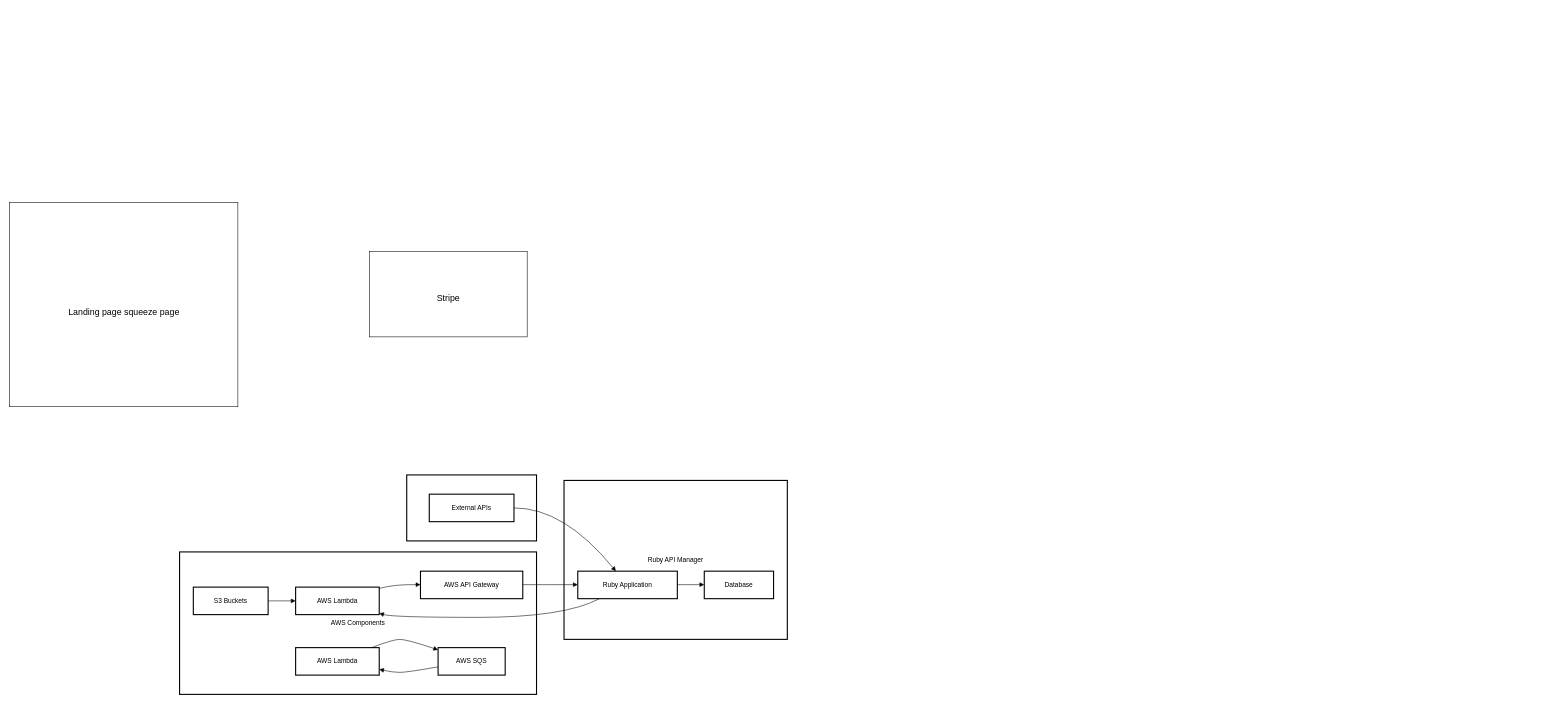
This is Spacebyn-ms.drawio from rockeredy/rockeredy, a draw.io file, before an edit. Source tidied: cells renumbered, new cells numbered last; positions are measured from the earlier drawing's top-left corner, leaving out a move shared by most shapes. Both pictures are drawn from the tidied source at 55%, with x=0, y=0 at pixel (9, 202).
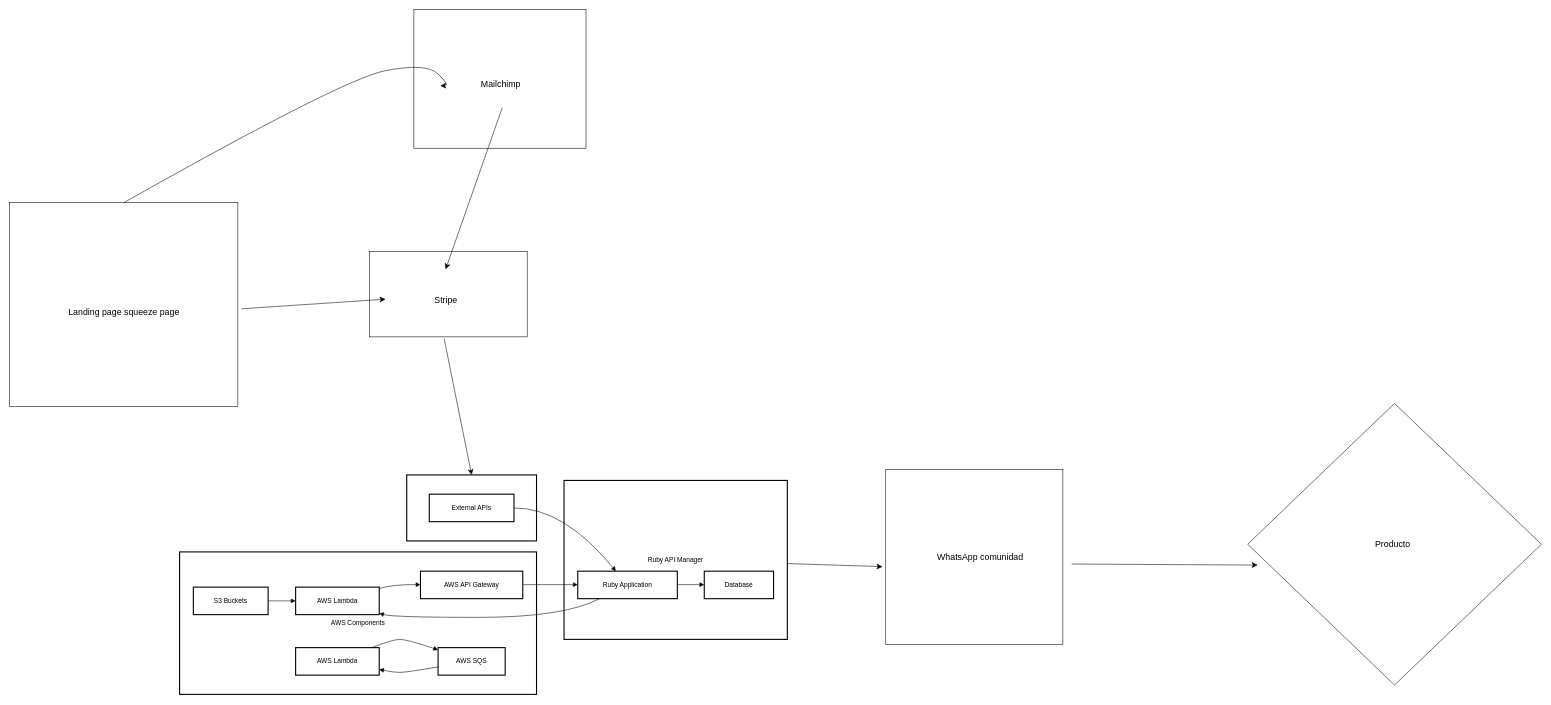
After the change.

Unchanged cells that the change refers to:
```xml
<mxCell id="2" value="External System" style="whiteSpace=wrap;strokeWidth=2;" parent="1" vertex="1">
  <mxGeometry x="722" y="495" width="236" height="120" as="geometry" />
</mxCell>
<mxCell id="3" value="Ruby API Manager" style="whiteSpace=wrap;strokeWidth=2;" parent="1" vertex="1">
  <mxGeometry x="1008" y="505" width="406" height="289" as="geometry" />
</mxCell>
<mxCell id="21" style="rounded=0;whiteSpace=wrap;html=1;" parent="1" vertex="1">
  <mxGeometry width="415" height="371" as="geometry" />
</mxCell>
```

Change to the diagram source:
```diff
@@
     <mxCell id="24" value="Stripe" style="text;strokeColor=none;fillColor=none;html=1;align=center;verticalAlign=middle;whiteSpace=wrap;rounded=0;fontSize=16;" parent="1" vertex="1">
-      <mxGeometry x="683.5" y="121" width="228" height="106.5" as="geometry" />
+      <mxGeometry x="683.5" y="121" width="218.5" height="109" as="geometry" />
     </mxCell>
+    <mxCell id="25" style="rounded=0;whiteSpace=wrap;html=1;" parent="1" vertex="1">
+      <mxGeometry x="735" y="-351" width="313" height="252" as="geometry" />
+    </mxCell>
+    <mxCell id="26" style="rounded=0;whiteSpace=wrap;html=1;" parent="1" vertex="1">
+      <mxGeometry x="1593" y="485" width="322" height="318" as="geometry" />
+    </mxCell>
+    <mxCell id="27" value="WhatsApp comunidad" style="text;strokeColor=none;fillColor=none;html=1;align=center;verticalAlign=middle;whiteSpace=wrap;rounded=0;fontSize=16;" parent="1" vertex="1">
+      <mxGeometry x="1669" y="625" width="192" height="38" as="geometry" />
+    </mxCell>
+    <mxCell id="28" value="Mailchimp&amp;nbsp;" style="text;strokeColor=none;fillColor=none;html=1;align=center;verticalAlign=middle;whiteSpace=wrap;rounded=0;fontSize=16;" parent="1" vertex="1">
+      <mxGeometry x="783" y="-259" width="225" height="87" as="geometry" />
+    </mxCell>
+    <mxCell id="29" style="edgeStyle=none;jettySize=auto;html=1;rounded=0;fontSize=12;startSize=8;endSize=8;curved=1;entryX=0;entryY=0.5;entryDx=0;entryDy=0;" parent="1" edge="1" target="24">
+      <mxGeometry relative="1" as="geometry">
+        <mxPoint x="421" y="193" as="sourcePoint" />
+      </mxGeometry>
+    </mxCell>
+    <mxCell id="30" style="edgeStyle=none;jettySize=auto;html=1;rounded=0;fontSize=12;startSize=8;endSize=8;curved=1;exitX=0.5;exitY=0;exitDx=0;exitDy=0;" parent="1" edge="1" source="21" target="28">
+      <mxGeometry relative="1" as="geometry">
+        <Array as="points">
+          <mxPoint x="605" y="-224" />
+          <mxPoint x="757" y="-255" />
+          <mxPoint x="801" y="-213" />
+        </Array>
+      </mxGeometry>
+    </mxCell>
+    <mxCell id="31" style="edgeStyle=none;jettySize=auto;html=1;rounded=0;fontSize=12;startSize=8;endSize=8;curved=1;exitX=0.5;exitY=1;exitDx=0;exitDy=0;entryX=0.5;entryY=0;entryDx=0;entryDy=0;" parent="1" edge="1" source="28" target="24">
+      <mxGeometry relative="1" as="geometry" />
+    </mxCell>
+    <mxCell id="32" style="edgeStyle=none;jettySize=auto;html=1;rounded=0;fontSize=12;startSize=8;endSize=8;curved=1;" parent="1" edge="1" source="3">
+      <mxGeometry relative="1" as="geometry">
+        <mxPoint x="1587" y="661.8" as="targetPoint" />
+      </mxGeometry>
+    </mxCell>
+    <mxCell id="33" style="edgeStyle=none;jettySize=auto;html=1;rounded=0;fontSize=12;startSize=8;endSize=8;curved=1;entryX=0.5;entryY=0;entryDx=0;entryDy=0;" parent="1" edge="1" target="2">
+      <mxGeometry relative="1" as="geometry">
+        <mxPoint x="790" y="247" as="sourcePoint" />
+      </mxGeometry>
+    </mxCell>
+    <mxCell id="34" style="rhombus;whiteSpace=wrap;html=1;" parent="1" vertex="1">
+      <mxGeometry x="2251" y="365" width="534" height="512" as="geometry" />
+    </mxCell>
+    <mxCell id="35" value="Producto" style="text;strokeColor=none;fillColor=none;html=1;align=center;verticalAlign=middle;whiteSpace=wrap;rounded=0;fontSize=16;" parent="1" vertex="1">
+      <mxGeometry x="2485" y="572" width="60" height="98" as="geometry" />
+    </mxCell>
+    <mxCell id="36" style="edgeStyle=none;jettySize=auto;html=1;rounded=0;fontSize=12;startSize=8;endSize=8;curved=1;entryX=0.034;entryY=0.574;entryDx=0;entryDy=0;entryPerimeter=0;" parent="1" edge="1" target="34">
+      <mxGeometry relative="1" as="geometry">
+        <mxPoint x="1931" y="657" as="sourcePoint" />
+      </mxGeometry>
+    </mxCell>
```
